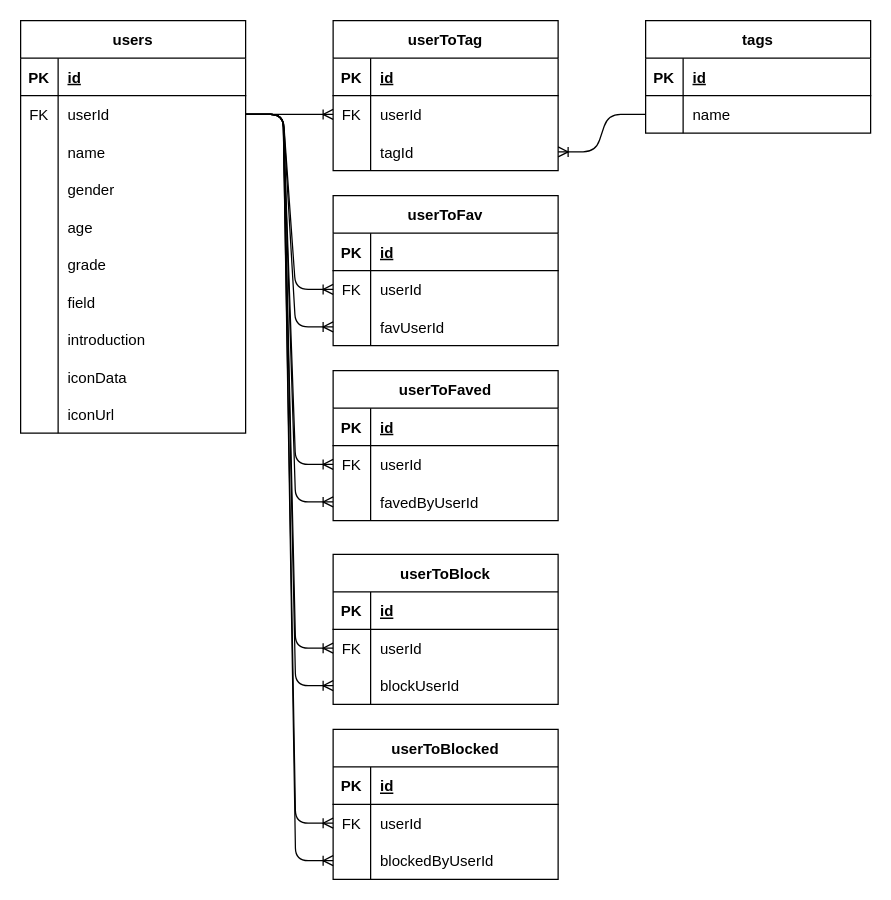
Earlier version of the draw.io diagram er.dio (tsuki917/swagger-nitechhub). Source tidied: cells renumbered, new cells numbered last; positions are measured from the earlier drawing's top-left corner, leaving out a move shared by most shapes. Both pictures are drawn from the tidied source at 125%, with x=0, y=0 at pixel (20, 20).
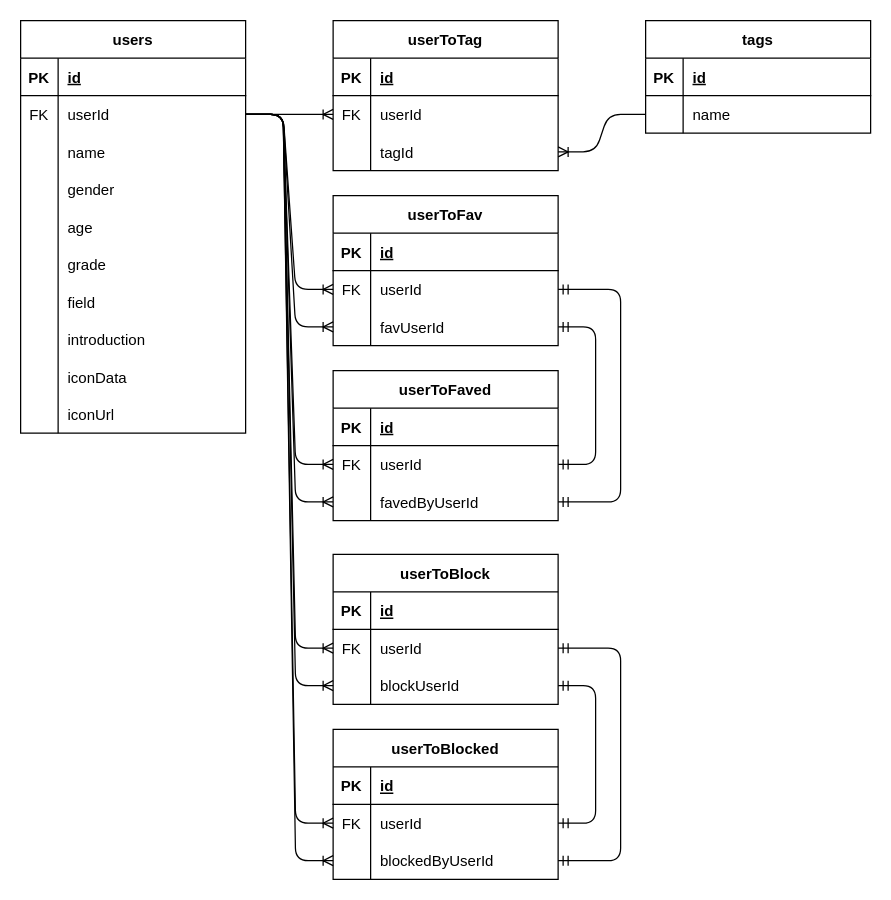
The same page after the edit.

Commit message:
userToFavとuserToFaved、userToBlockとuserToBlockedの依存関係を追加しました。

Unchanged cells that the change refers to:
```xml
<mxCell id="44" style="shape=tableRow;horizontal=0;startSize=0;swimlaneHead=0;swimlaneBody=0;fillColor=none;points=[[0,0.5],[1,0.5]];portConstraint=eastwest;top=0;left=0;right=0;bottom=0;" parent="40" vertex="1">
  <mxGeometry y="60" width="180" height="30" as="geometry" />
</mxCell>
<mxCell id="47" style="shape=tableRow;horizontal=0;startSize=0;swimlaneHead=0;swimlaneBody=0;fillColor=none;points=[[0,0.5],[1,0.5]];portConstraint=eastwest;top=0;left=0;right=0;bottom=0;" parent="40" vertex="1">
  <mxGeometry y="90" width="180" height="30" as="geometry" />
</mxCell>
<mxCell id="54" style="shape=tableRow;horizontal=0;startSize=0;swimlaneHead=0;swimlaneBody=0;fillColor=none;points=[[0,0.5],[1,0.5]];portConstraint=eastwest;top=0;left=0;right=0;bottom=0;" parent="50" vertex="1">
  <mxGeometry y="60" width="180" height="30" as="geometry" />
</mxCell>
<mxCell id="57" style="shape=tableRow;horizontal=0;startSize=0;swimlaneHead=0;swimlaneBody=0;fillColor=none;points=[[0,0.5],[1,0.5]];portConstraint=eastwest;top=0;left=0;right=0;bottom=0;" parent="50" vertex="1">
  <mxGeometry y="90" width="180" height="30" as="geometry" />
</mxCell>
<mxCell id="64" style="shape=tableRow;horizontal=0;startSize=0;swimlaneHead=0;swimlaneBody=0;fillColor=none;points=[[0,0.5],[1,0.5]];portConstraint=eastwest;top=0;left=0;right=0;bottom=0;" parent="60" vertex="1">
  <mxGeometry y="60" width="180" height="30" as="geometry" />
</mxCell>
<mxCell id="67" style="shape=tableRow;horizontal=0;startSize=0;swimlaneHead=0;swimlaneBody=0;fillColor=none;points=[[0,0.5],[1,0.5]];portConstraint=eastwest;top=0;left=0;right=0;bottom=0;" parent="60" vertex="1">
  <mxGeometry y="90" width="180" height="30" as="geometry" />
</mxCell>
<mxCell id="74" style="shape=tableRow;horizontal=0;startSize=0;swimlaneHead=0;swimlaneBody=0;fillColor=none;points=[[0,0.5],[1,0.5]];portConstraint=eastwest;top=0;left=0;right=0;bottom=0;" parent="70" vertex="1">
  <mxGeometry y="60" width="180" height="30" as="geometry" />
</mxCell>
<mxCell id="77" style="shape=tableRow;horizontal=0;startSize=0;swimlaneHead=0;swimlaneBody=0;fillColor=none;points=[[0,0.5],[1,0.5]];portConstraint=eastwest;top=0;left=0;right=0;bottom=0;" parent="70" vertex="1">
  <mxGeometry y="90" width="180" height="30" as="geometry" />
</mxCell>
```

The edit, as a diff of the source:
```diff
@@
+    <mxCell id="100" style="edgeStyle=elbowEdgeStyle;fontSize=12;html=1;endArrow=ERmandOne;startArrow=ERmandOne;entryX=1;entryY=0.5;entryDx=0;entryDy=0;exitX=1;exitY=0.5;exitDx=0;exitDy=0;" parent="1" edge="1" source="57" target="44">
+      <mxGeometry relative="1" as="geometry">
+        <Array as="points">
+          <mxPoint x="480" y="310" />
+        </Array>
+      </mxGeometry>
+    </mxCell>
+    <mxCell id="101" style="edgeStyle=elbowEdgeStyle;fontSize=12;html=1;endArrow=ERmandOne;startArrow=ERmandOne;entryX=1;entryY=0.5;entryDx=0;entryDy=0;exitX=1;exitY=0.5;exitDx=0;exitDy=0;" parent="1" edge="1" source="77" target="64">
+      <mxGeometry relative="1" as="geometry">
+        <Array as="points">
+          <mxPoint x="480" y="590" />
+        </Array>
+      </mxGeometry>
+    </mxCell>
+    <mxCell id="102" style="edgeStyle=entityRelationEdgeStyle;fontSize=12;html=1;endArrow=ERmandOne;startArrow=ERmandOne;entryX=1;entryY=0.5;entryDx=0;entryDy=0;exitX=1;exitY=0.5;exitDx=0;exitDy=0;" parent="1" edge="1" source="54" target="47">
+      <mxGeometry relative="1" as="geometry" />
+    </mxCell>
+    <mxCell id="103" style="edgeStyle=entityRelationEdgeStyle;fontSize=12;html=1;endArrow=ERmandOne;startArrow=ERmandOne;entryX=1;entryY=0.5;entryDx=0;entryDy=0;exitX=1;exitY=0.5;exitDx=0;exitDy=0;" parent="1" edge="1" source="74" target="67">
+      <mxGeometry relative="1" as="geometry" />
+    </mxCell>
```
